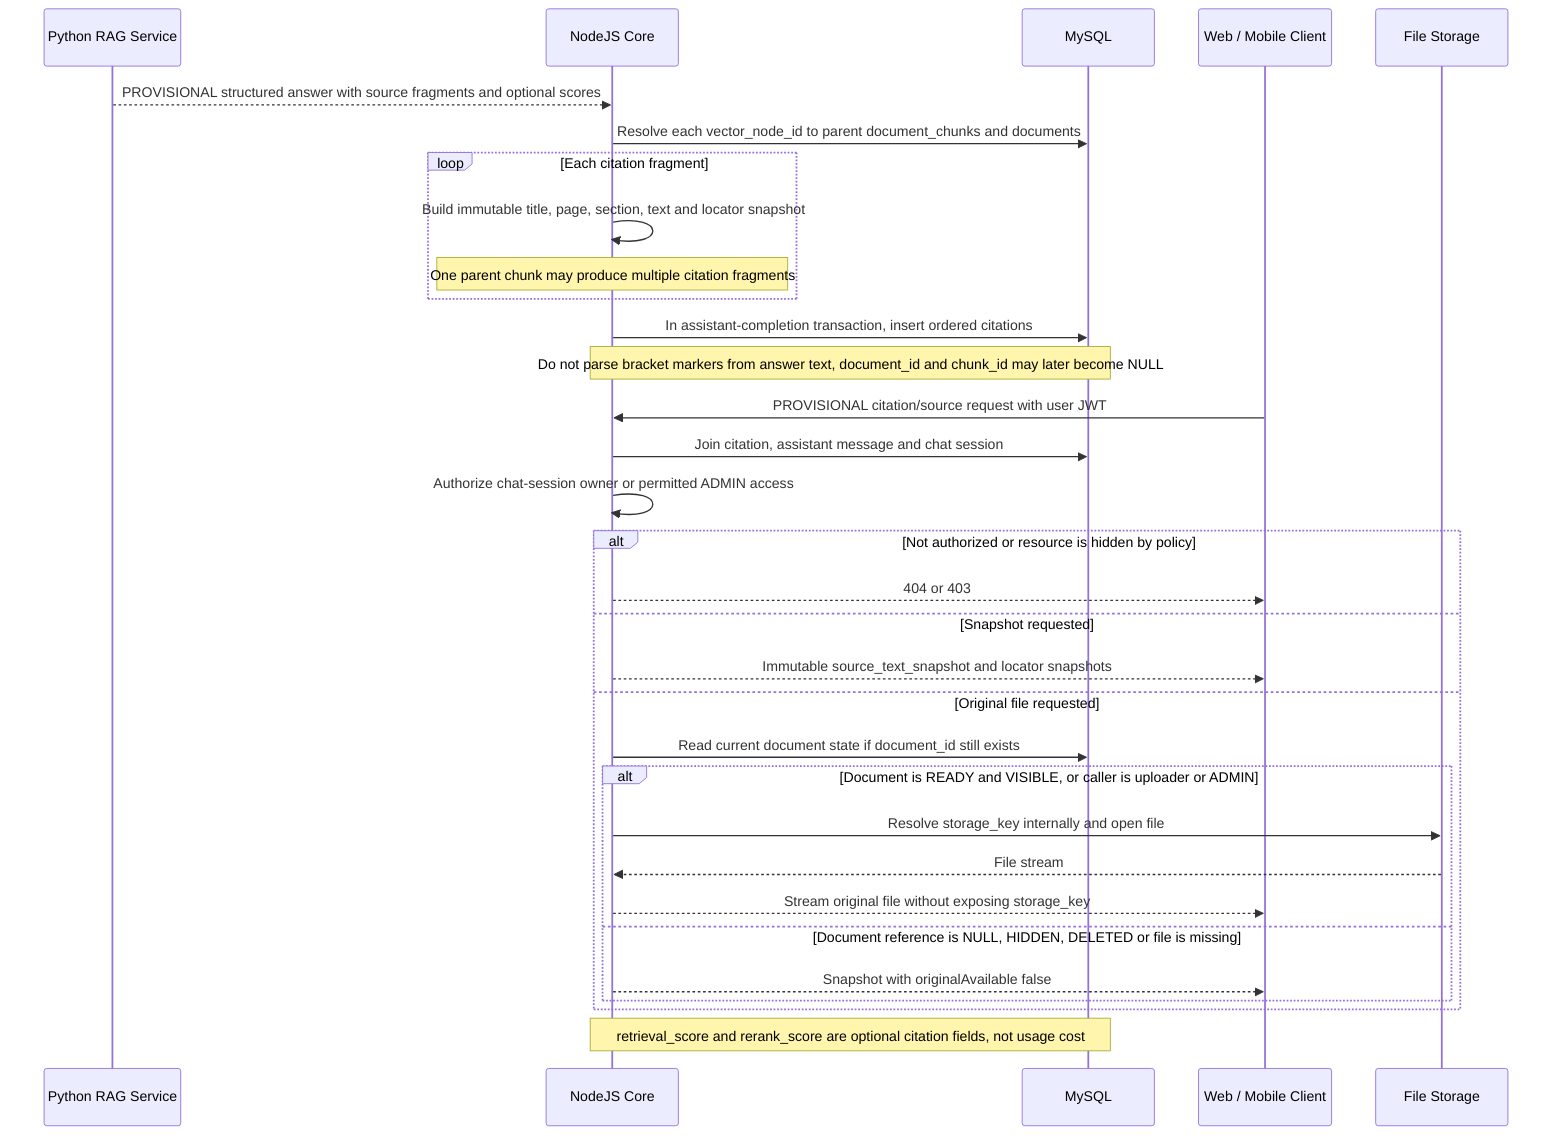
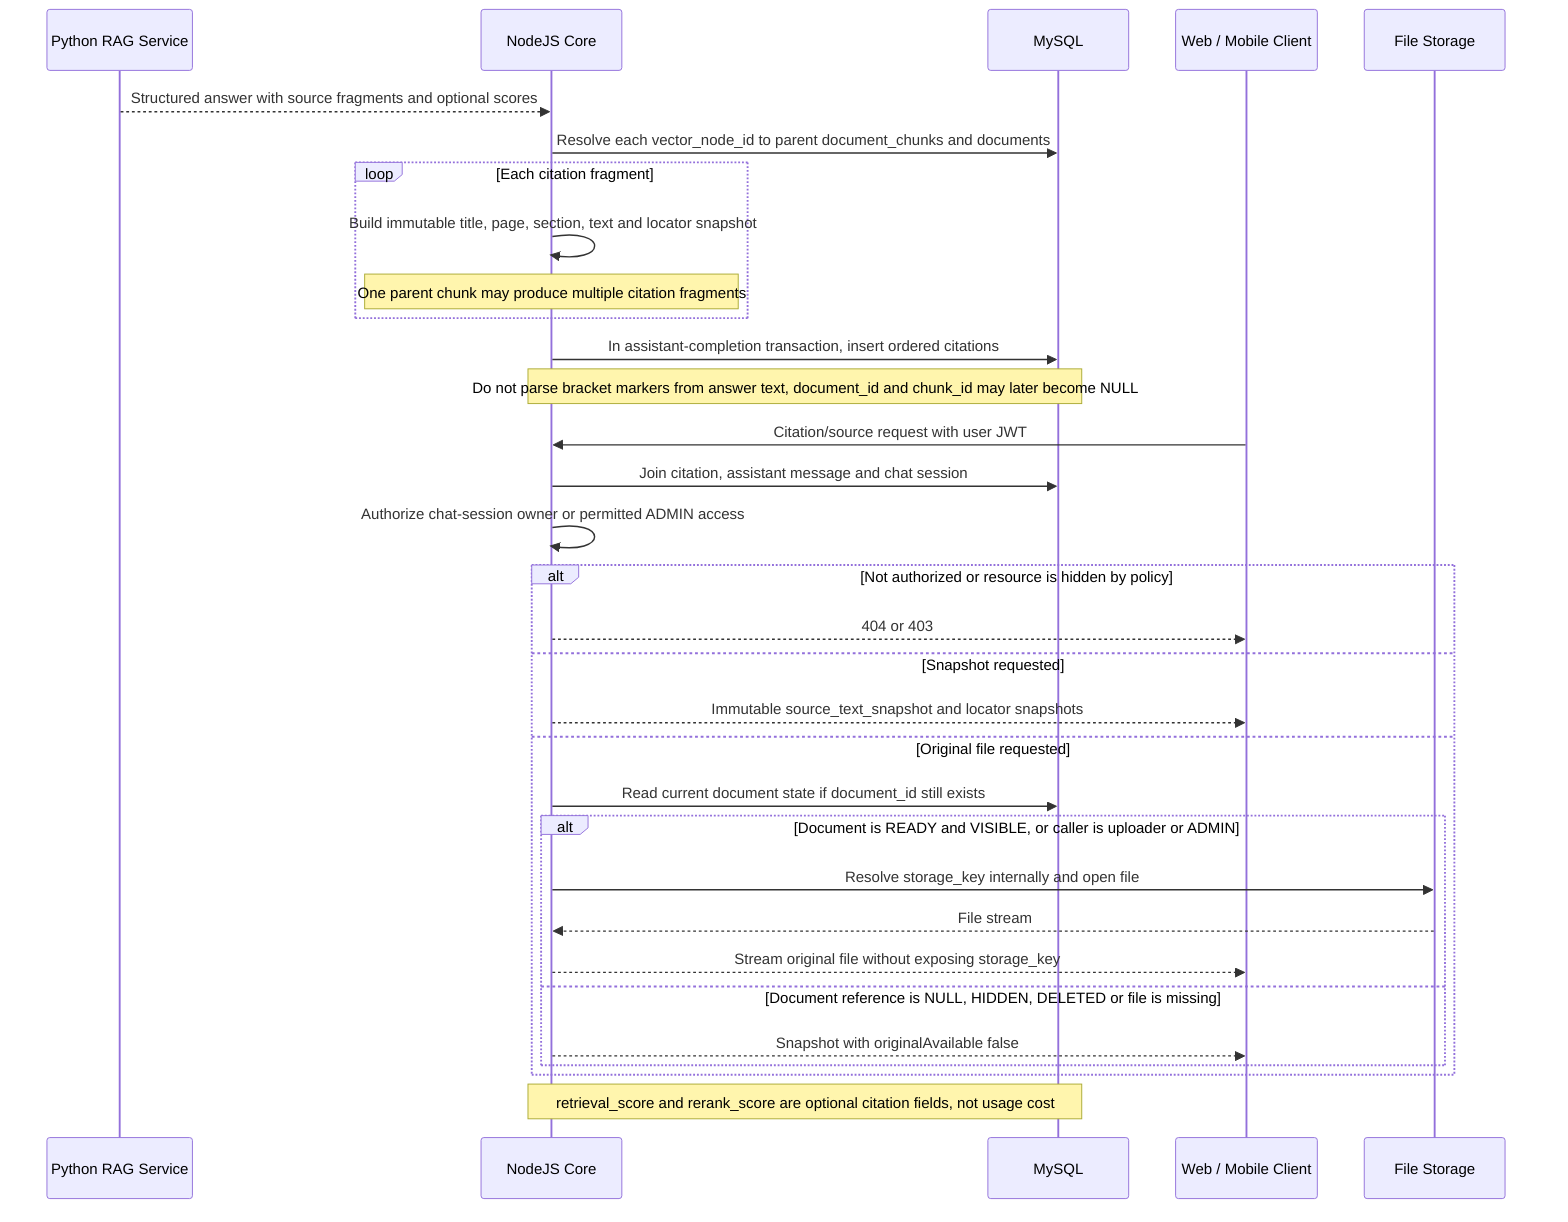
- %% 07 Citation creation and source access | Status: REPLACED, public routes PROVISIONAL
+ %% 07 Citation creation and source access | Status: MVP IMPLEMENTED
sequenceDiagram
  participant RAG as Python RAG Service
  participant Node as NodeJS Core
  participant DB as MySQL
  participant Client as Web / Mobile Client
  participant Store as File Storage

-   RAG-->>Node: PROVISIONAL structured answer with source fragments and optional scores
+   RAG-->>Node: Structured answer with source fragments and optional scores
  Node->>DB: Resolve each vector_node_id to parent document_chunks and documents
  loop Each citation fragment
    Node->>Node: Build immutable title, page, section, text and locator snapshot
    Note over Node: One parent chunk may produce multiple citation fragments
  end
  Node->>DB: In assistant-completion transaction, insert ordered citations
  Note over Node,DB: Do not parse bracket markers from answer text, document_id and chunk_id may later become NULL

-   Client->>Node: PROVISIONAL citation/source request with user JWT
+   Client->>Node: Citation/source request with user JWT
  Node->>DB: Join citation, assistant message and chat session
  Node->>Node: Authorize chat-session owner or permitted ADMIN access
  alt Not authorized or resource is hidden by policy
    Node-->>Client: 404 or 403
  else Snapshot requested
    Node-->>Client: Immutable source_text_snapshot and locator snapshots
  else Original file requested
    Node->>DB: Read current document state if document_id still exists
    alt Document is READY and VISIBLE, or caller is uploader or ADMIN
      Node->>Store: Resolve storage_key internally and open file
      Store-->>Node: File stream
      Node-->>Client: Stream original file without exposing storage_key
    else Document reference is NULL, HIDDEN, DELETED or file is missing
      Node-->>Client: Snapshot with originalAvailable false
    end
  end

  Note over Node,DB: retrieval_score and rerank_score are optional citation fields, not usage cost
